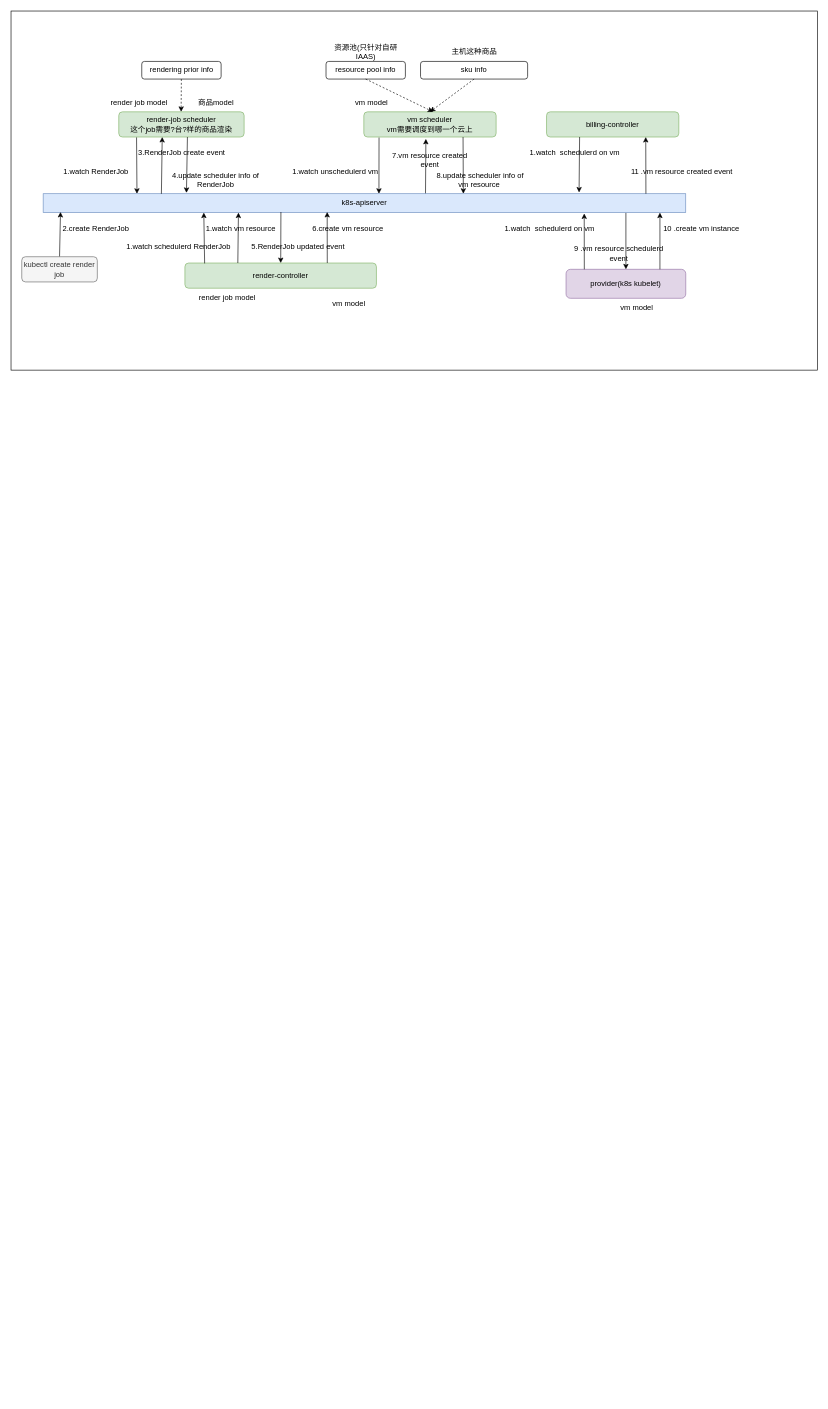
Before: page "第 2 页" (2 of 2) of cloud-datastruct/未命名绘图.drawio in pengcong08/design-doc, a draw.io diagram. Source tidied: cells renumbered, new cells numbered last; positions are measured from the earlier drawing's top-left corner, leaving out a move shared by most shapes. Both pictures are drawn from the tidied source at 63%, with x=0, y=0 at pixel (11, 11).
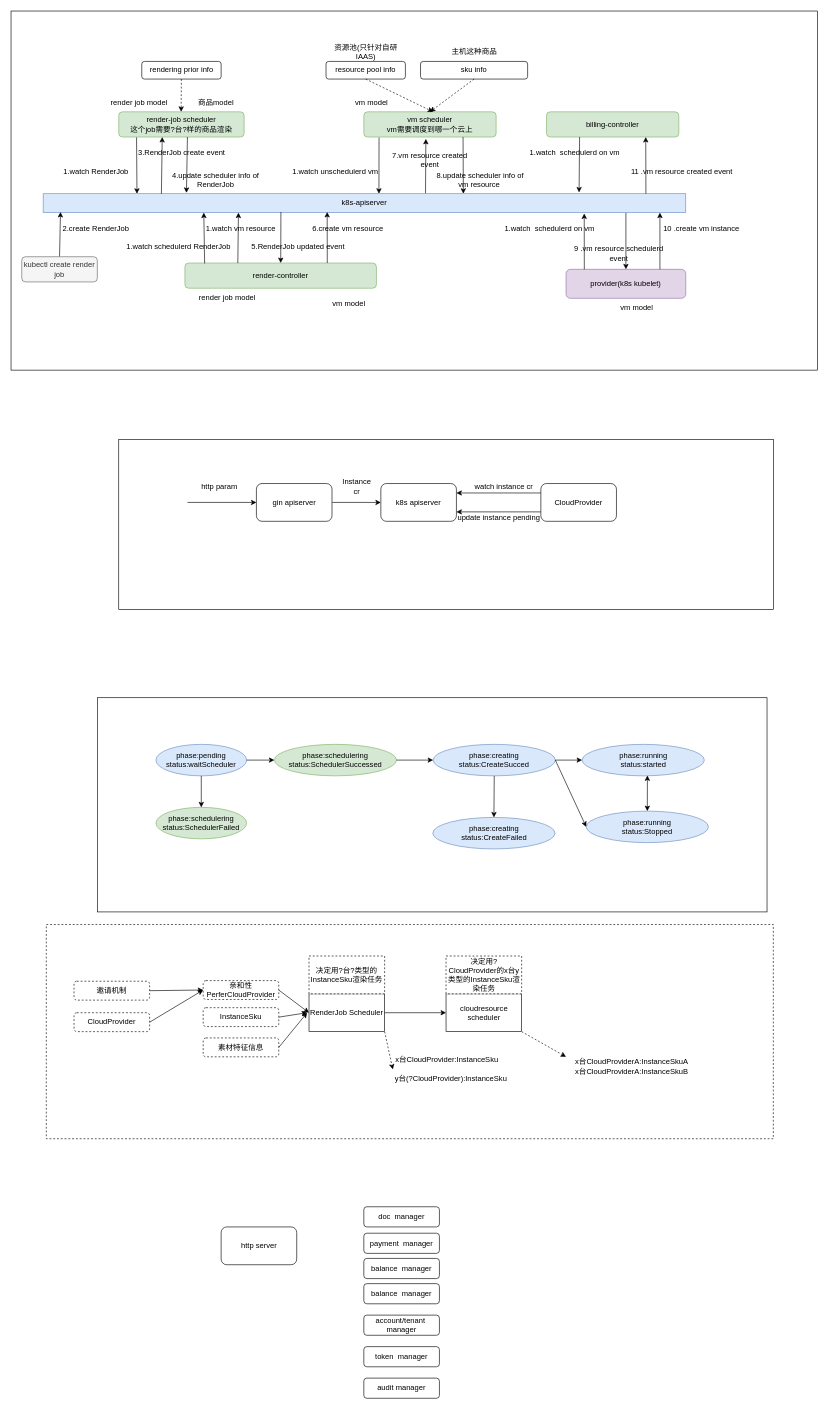
The same page after the edit.

Diff of the diagram source:
```diff
@@
+    <mxCell id="56" style="rounded=0;whiteSpace=wrap;html=1;dashed=1;" parent="1" vertex="1">
+      <mxGeometry x="56" y="1450" width="1154" height="340" as="geometry" />
+    </mxCell>
+    <mxCell id="57" style="rounded=0;whiteSpace=wrap;html=1;" parent="1" vertex="1">
+      <mxGeometry x="137" y="1090" width="1063" height="340" as="geometry" />
+    </mxCell>
+    <mxCell id="58" style="rounded=0;whiteSpace=wrap;html=1;" parent="1" vertex="1">
+      <mxGeometry x="171" y="680" width="1039" height="270" as="geometry" />
+    </mxCell>
@@
+    <mxCell id="59" value="gin apiserver" style="rounded=1;whiteSpace=wrap;html=1;" parent="1" vertex="1">
+      <mxGeometry x="389.5" y="750" width="120" height="60" as="geometry" />
+    </mxCell>
+    <mxCell id="60" style="endArrow=classic;html=1;rounded=0;entryX=0;entryY=0.5;entryDx=0;entryDy=0;" parent="1" edge="1" target="59">
+      <mxGeometry relative="1" as="geometry">
+        <mxPoint x="280" y="780" as="sourcePoint" />
+      </mxGeometry>
+    </mxCell>
+    <mxCell id="61" style="endArrow=classic;html=1;rounded=0;entryX=0;entryY=0.5;entryDx=0;entryDy=0;" parent="1" edge="1" target="62">
+      <mxGeometry relative="1" as="geometry">
+        <mxPoint x="510" y="780" as="sourcePoint" />
+      </mxGeometry>
+    </mxCell>
+    <mxCell id="62" value="k8s apiserver" style="rounded=1;whiteSpace=wrap;html=1;" parent="1" vertex="1">
+      <mxGeometry x="587" y="750" width="120" height="60" as="geometry" />
+    </mxCell>
+    <mxCell id="63" value="CloudProvider" style="rounded=1;whiteSpace=wrap;html=1;" parent="1" vertex="1">
+      <mxGeometry x="841" y="750" width="120" height="60" as="geometry" />
+    </mxCell>
+    <mxCell id="64" value="http param" style="text;html=1;strokeColor=none;fillColor=none;align=center;verticalAlign=middle;whiteSpace=wrap;rounded=0;" parent="1" vertex="1">
+      <mxGeometry x="301" y="740" width="60" height="30" as="geometry" />
+    </mxCell>
+    <mxCell id="65" value="Instance cr" style="text;html=1;strokeColor=none;fillColor=none;align=center;verticalAlign=middle;whiteSpace=wrap;rounded=0;" parent="1" vertex="1">
+      <mxGeometry x="519" y="740" width="60" height="30" as="geometry" />
+    </mxCell>
+    <mxCell id="66" style="endArrow=classic;html=1;rounded=0;entryX=1;entryY=0.75;entryDx=0;entryDy=0;exitX=0;exitY=0.75;exitDx=0;exitDy=0;" parent="1" edge="1" source="63" target="62">
+      <mxGeometry relative="1" as="geometry" />
+    </mxCell>
+    <mxCell id="67" style="endArrow=classic;html=1;rounded=0;entryX=1;entryY=0.25;entryDx=0;entryDy=0;exitX=0;exitY=0.25;exitDx=0;exitDy=0;" parent="1" edge="1" source="63" target="62">
+      <mxGeometry relative="1" as="geometry" />
+    </mxCell>
+    <mxCell id="68" value="update instance pending" style="text;html=1;strokeColor=none;fillColor=none;align=center;verticalAlign=middle;whiteSpace=wrap;rounded=0;" parent="1" vertex="1">
+      <mxGeometry x="699" y="790" width="151" height="30" as="geometry" />
+    </mxCell>
+    <mxCell id="69" value="watch instance cr" style="text;html=1;strokeColor=none;fillColor=none;align=center;verticalAlign=middle;whiteSpace=wrap;rounded=0;" parent="1" vertex="1">
+      <mxGeometry x="707" y="740" width="151" height="30" as="geometry" />
+    </mxCell>
+    <mxCell id="70" value="phase:pending&lt;br&gt;status:waitScheduler" style="ellipse;whiteSpace=wrap;html=1;fillColor=#dae8fc;strokeColor=#6c8ebf;" parent="1" vertex="1">
+      <mxGeometry x="230" y="1164" width="144" height="50" as="geometry" />
+    </mxCell>
+    <mxCell id="71" value="phase:schedulering&lt;br&gt;status:SchedulerSuccessed" style="ellipse;whiteSpace=wrap;html=1;fillColor=#d5e8d4;strokeColor=#82b366;" parent="1" vertex="1">
+      <mxGeometry x="418" y="1164" width="194" height="50" as="geometry" />
+    </mxCell>
+    <mxCell id="72" value="phase:schedulering&lt;br&gt;status:SchedulerFailed" style="ellipse;whiteSpace=wrap;html=1;fillColor=#d5e8d4;strokeColor=#82b366;" parent="1" vertex="1">
+      <mxGeometry x="230" y="1264" width="144" height="50" as="geometry" />
+    </mxCell>
+    <mxCell id="73" style="endArrow=classic;html=1;rounded=0;entryX=0.5;entryY=0;entryDx=0;entryDy=0;exitX=0.5;exitY=1;exitDx=0;exitDy=0;" parent="1" edge="1" source="70" target="72">
+      <mxGeometry relative="1" as="geometry" />
+    </mxCell>
+    <mxCell id="74" style="endArrow=classic;html=1;rounded=0;exitX=1;exitY=0.5;exitDx=0;exitDy=0;entryX=0;entryY=0.5;entryDx=0;entryDy=0;" parent="1" edge="1" source="70" target="71">
+      <mxGeometry relative="1" as="geometry" />
+    </mxCell>
+    <mxCell id="75" value="phase:creating&lt;br&gt;status:CreateSucced" style="ellipse;whiteSpace=wrap;html=1;fillColor=#dae8fc;strokeColor=#6c8ebf;" parent="1" vertex="1">
+      <mxGeometry x="670" y="1164" width="194" height="50" as="geometry" />
+    </mxCell>
+    <mxCell id="76" value="phase:creating&lt;br&gt;status:CreateFailed" style="ellipse;whiteSpace=wrap;html=1;fillColor=#dae8fc;strokeColor=#6c8ebf;" parent="1" vertex="1">
+      <mxGeometry x="669.5" y="1280" width="194" height="50" as="geometry" />
+    </mxCell>
+    <mxCell id="77" value="phase:running&lt;br&gt;status:started" style="ellipse;whiteSpace=wrap;html=1;fillColor=#dae8fc;strokeColor=#6c8ebf;" parent="1" vertex="1">
+      <mxGeometry x="906.5" y="1164" width="194" height="50" as="geometry" />
+    </mxCell>
+    <mxCell id="78" value="phase:running&lt;br&gt;status:Stopped" style="ellipse;whiteSpace=wrap;html=1;fillColor=#dae8fc;strokeColor=#6c8ebf;" parent="1" vertex="1">
+      <mxGeometry x="913" y="1270" width="194" height="50" as="geometry" />
+    </mxCell>
+    <mxCell id="79" style="endArrow=classic;html=1;rounded=0;exitX=1;exitY=0.5;exitDx=0;exitDy=0;entryX=0;entryY=0.5;entryDx=0;entryDy=0;" parent="1" edge="1" source="71" target="75">
+      <mxGeometry relative="1" as="geometry" />
+    </mxCell>
+    <mxCell id="80" style="endArrow=classic;html=1;rounded=0;exitX=0.5;exitY=1;exitDx=0;exitDy=0;" parent="1" edge="1" source="75" target="76">
+      <mxGeometry relative="1" as="geometry" />
+    </mxCell>
+    <mxCell id="81" style="endArrow=classic;html=1;rounded=0;entryX=0;entryY=0.5;entryDx=0;entryDy=0;exitX=1;exitY=0.5;exitDx=0;exitDy=0;" parent="1" edge="1" source="75" target="77">
+      <mxGeometry relative="1" as="geometry" />
+    </mxCell>
+    <mxCell id="82" style="endArrow=classic;html=1;rounded=0;exitX=1;exitY=0.5;exitDx=0;exitDy=0;entryX=0;entryY=0.5;entryDx=0;entryDy=0;" parent="1" edge="1" source="75" target="78">
+      <mxGeometry relative="1" as="geometry" />
+    </mxCell>
+    <mxCell id="83" style="endArrow=classic;startArrow=classic;html=1;rounded=0;entryX=0.534;entryY=0.987;entryDx=0;entryDy=0;entryPerimeter=0;" parent="1" edge="1" source="78" target="77">
+      <mxGeometry relative="1" as="geometry" />
+    </mxCell>
+    <mxCell id="84" value="RenderJob Scheduler" style="rounded=0;whiteSpace=wrap;html=1;" parent="1" vertex="1">
+      <mxGeometry x="473" y="1560" width="120" height="60" as="geometry" />
+    </mxCell>
+    <mxCell id="85" value="cloudresource scheduler" style="rounded=0;whiteSpace=wrap;html=1;" parent="1" vertex="1">
+      <mxGeometry x="690.5" y="1560" width="120" height="60" as="geometry" />
+    </mxCell>
+    <mxCell id="86" value="x台CloudProvider:InstanceSku" style="text;html=1;strokeColor=none;fillColor=none;align=center;verticalAlign=middle;whiteSpace=wrap;rounded=0;" parent="1" vertex="1">
+      <mxGeometry x="593" y="1650" width="198" height="30" as="geometry" />
+    </mxCell>
+    <mxCell id="87" value="y台(?CloudProvider):InstanceSku" style="text;html=1;strokeColor=none;fillColor=none;align=center;verticalAlign=middle;whiteSpace=wrap;rounded=0;" parent="1" vertex="1">
+      <mxGeometry x="606" y="1680" width="185" height="30" as="geometry" />
+    </mxCell>
+    <mxCell id="88" value="x台CloudProviderA:InstanceSkuA&lt;br&gt;x台CloudProviderA:InstanceSkuB" style="text;html=1;strokeColor=none;fillColor=none;align=center;verticalAlign=middle;whiteSpace=wrap;rounded=0;" parent="1" vertex="1">
+      <mxGeometry x="881" y="1660" width="209" height="30" as="geometry" />
+    </mxCell>
+    <mxCell id="89" value="亲和性&lt;br&gt;PerferCloudProvider" style="rounded=1;whiteSpace=wrap;html=1;align=center;dashed=1;" parent="1" vertex="1">
+      <mxGeometry x="305" y="1539" width="120" height="30" as="geometry" />
+    </mxCell>
+    <mxCell id="90" value="InstanceSku" style="rounded=1;whiteSpace=wrap;html=1;align=center;dashed=1;" parent="1" vertex="1">
+      <mxGeometry x="305" y="1582" width="120" height="30" as="geometry" />
+    </mxCell>
+    <mxCell id="91" value="素材特征信息" style="rounded=1;whiteSpace=wrap;html=1;align=center;dashed=1;" parent="1" vertex="1">
+      <mxGeometry x="305" y="1630" width="120" height="30" as="geometry" />
+    </mxCell>
+    <mxCell id="92" value="邀请机制" style="rounded=1;whiteSpace=wrap;html=1;align=center;dashed=1;" parent="1" vertex="1">
+      <mxGeometry x="100" y="1540" width="120" height="30" as="geometry" />
+    </mxCell>
+    <mxCell id="93" value="CloudProvider" style="rounded=1;whiteSpace=wrap;html=1;align=center;dashed=1;" parent="1" vertex="1">
+      <mxGeometry x="100" y="1590" width="120" height="30" as="geometry" />
+    </mxCell>
+    <mxCell id="94" style="endArrow=classic;html=1;rounded=0;entryX=0;entryY=0.5;entryDx=0;entryDy=0;exitX=1;exitY=0.5;exitDx=0;exitDy=0;" parent="1" edge="1" source="92" target="89">
+      <mxGeometry relative="1" as="geometry" />
+    </mxCell>
+    <mxCell id="95" style="endArrow=classic;html=1;rounded=0;entryX=0;entryY=0.5;entryDx=0;entryDy=0;exitX=1;exitY=0.5;exitDx=0;exitDy=0;" parent="1" edge="1" source="93" target="89">
+      <mxGeometry relative="1" as="geometry" />
+    </mxCell>
+    <mxCell id="96" style="endArrow=classic;html=1;rounded=0;exitX=1;exitY=0.5;exitDx=0;exitDy=0;entryX=0;entryY=0.5;entryDx=0;entryDy=0;" parent="1" edge="1" source="89" target="84">
+      <mxGeometry relative="1" as="geometry" />
+    </mxCell>
+    <mxCell id="97" style="endArrow=classic;html=1;rounded=0;exitX=1;exitY=0.5;exitDx=0;exitDy=0;" parent="1" edge="1" source="90">
+      <mxGeometry relative="1" as="geometry">
+        <mxPoint x="470" y="1590" as="targetPoint" />
+      </mxGeometry>
+    </mxCell>
+    <mxCell id="98" style="endArrow=classic;html=1;rounded=0;exitX=1;exitY=0.5;exitDx=0;exitDy=0;" parent="1" edge="1" source="91">
+      <mxGeometry relative="1" as="geometry">
+        <mxPoint x="470" y="1590" as="targetPoint" />
+      </mxGeometry>
+    </mxCell>
+    <mxCell id="99" style="endArrow=classic;html=1;rounded=0;entryX=0;entryY=0;entryDx=0;entryDy=0;exitX=1;exitY=1;exitDx=0;exitDy=0;dashed=1;" parent="1" edge="1" source="84" target="87">
+      <mxGeometry relative="1" as="geometry" />
+    </mxCell>
+    <mxCell id="100" style="endArrow=classic;html=1;rounded=0;exitX=1;exitY=0.5;exitDx=0;exitDy=0;entryX=0;entryY=0.5;entryDx=0;entryDy=0;" parent="1" edge="1" source="84" target="85">
+      <mxGeometry relative="1" as="geometry" />
+    </mxCell>
+    <mxCell id="101" style="endArrow=classic;html=1;rounded=0;exitX=1;exitY=1;exitDx=0;exitDy=0;entryX=0;entryY=0;entryDx=0;entryDy=0;dashed=1;" parent="1" edge="1" source="85" target="88">
+      <mxGeometry relative="1" as="geometry" />
+    </mxCell>
+    <mxCell id="102" value="决定用?台?类型的InstanceSku渲染任务" style="rounded=0;whiteSpace=wrap;html=1;dashed=1;" parent="1" vertex="1">
+      <mxGeometry x="473" y="1500" width="120" height="60" as="geometry" />
+    </mxCell>
+    <mxCell id="103" value="决定用?CloudProvider的x台y类型的InstanceSku渲染任务" style="rounded=0;whiteSpace=wrap;html=1;dashed=1;" parent="1" vertex="1">
+      <mxGeometry x="690.5" y="1500" width="120" height="60" as="geometry" />
+    </mxCell>
+    <mxCell id="104" value="http server" style="rounded=1;whiteSpace=wrap;html=1;" parent="1" vertex="1">
+      <mxGeometry x="333.5" y="1930" width="120" height="60" as="geometry" />
+    </mxCell>
+    <mxCell id="105" value="doc&amp;nbsp; manager" style="rounded=1;whiteSpace=wrap;html=1;" parent="1" vertex="1">
+      <mxGeometry x="560" y="1898" width="120" height="32" as="geometry" />
+    </mxCell>
+    <mxCell id="106" value="payment&amp;nbsp; manager" style="rounded=1;whiteSpace=wrap;html=1;" parent="1" vertex="1">
+      <mxGeometry x="560" y="1940" width="120" height="32" as="geometry" />
+    </mxCell>
+    <mxCell id="107" value="account/tenant&amp;nbsp; manager" style="rounded=1;whiteSpace=wrap;html=1;" parent="1" vertex="1">
+      <mxGeometry x="560" y="2070" width="120" height="32" as="geometry" />
+    </mxCell>
+    <mxCell id="108" value="token&amp;nbsp; manager" style="rounded=1;whiteSpace=wrap;html=1;" parent="1" vertex="1">
+      <mxGeometry x="560" y="2120" width="120" height="32" as="geometry" />
+    </mxCell>
+    <mxCell id="109" value="audit manager" style="rounded=1;whiteSpace=wrap;html=1;" parent="1" vertex="1">
+      <mxGeometry x="560" y="2170" width="120" height="32" as="geometry" />
+    </mxCell>
+    <mxCell id="110" value="balance&amp;nbsp; manager" style="rounded=1;whiteSpace=wrap;html=1;" parent="1" vertex="1">
+      <mxGeometry x="560" y="1980" width="120" height="32" as="geometry" />
+    </mxCell>
+    <mxCell id="111" value="balance&amp;nbsp; manager" style="rounded=1;whiteSpace=wrap;html=1;" parent="1" vertex="1">
+      <mxGeometry x="560" y="2020" width="120" height="32" as="geometry" />
+    </mxCell>
```
